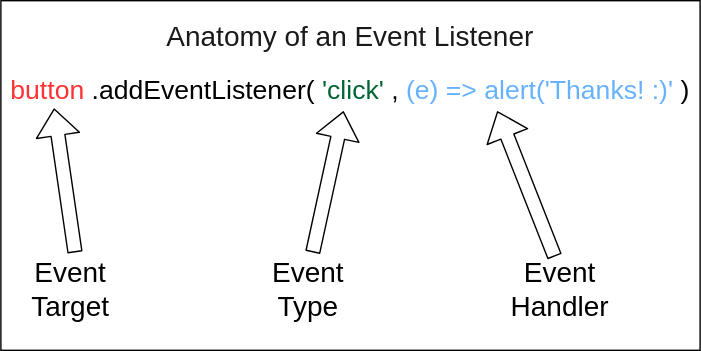
The draw.io diagram 03_DOM_Events/assets/anatomy-of-an-event-listener.drawio.svg in mayowa-aji/SENG-LIVE-112122-Phase-1-JS, before a commit. Source tidied: cells renumbered, new cells last; positions are measured from the earlier drawing's top-left corner, leaving out a move shared by most shapes. The source it was exported from:
```xml
<mxGraphModel>
  <root>
    <mxCell id="0" />
    <mxCell id="1" value="BG Box" parent="0" />
    <mxCell id="2" style="rounded=0;whiteSpace=wrap;html=1;fontSize=20;fontColor=#66B2FF;" parent="1" vertex="1">
      <mxGeometry width="500" height="250" as="geometry" />
    </mxCell>
    <mxCell id="3" value="Behind" parent="0" />
    <mxCell id="4" style="edgeStyle=none;html=1;" parent="3" edge="1">
      <mxGeometry relative="1" as="geometry">
        <mxPoint x="200" y="125" as="sourcePoint" />
      </mxGeometry>
    </mxCell>
    <mxCell id="5" value="&lt;font style=&quot;font-size: 19px&quot;&gt;&lt;font color=&quot;#ff3333&quot;&gt;button&lt;/font&gt;.addEventListener(&lt;font color=&quot;#006633&quot;&gt;'click'&lt;/font&gt;, &lt;font color=&quot;#66b2ff&quot;&gt;(e) =&amp;gt; alert('Thanks! :)'&lt;/font&gt;)&lt;/font&gt;" style="text;html=1;strokeColor=none;fillColor=none;align=center;verticalAlign=middle;whiteSpace=wrap;rounded=0;" parent="3" vertex="1">
      <mxGeometry y="30" width="500" height="70" as="geometry" />
    </mxCell>
    <mxCell id="6" style="shape=flexArrow;endArrow=classic;html=1;fontSize=20;" parent="3" edge="1">
      <mxGeometry relative="1" as="geometry">
        <mxPoint x="53" y="180" as="sourcePoint" />
        <mxPoint x="38" y="77" as="targetPoint" />
      </mxGeometry>
    </mxCell>
    <mxCell id="7" value="Event Target" style="text;html=1;strokeColor=none;fillColor=none;align=center;verticalAlign=middle;whiteSpace=wrap;rounded=0;fontSize=20;" parent="3" vertex="1">
      <mxGeometry x="20" y="191" width="60" height="30" as="geometry" />
    </mxCell>
    <mxCell id="8" value="Event Type" style="text;html=1;strokeColor=none;fillColor=none;align=center;verticalAlign=middle;whiteSpace=wrap;rounded=0;fontSize=20;" parent="3" vertex="1">
      <mxGeometry x="190" y="191" width="60" height="30" as="geometry" />
    </mxCell>
    <mxCell id="9" style="shape=flexArrow;endArrow=classic;html=1;fontSize=20;" parent="3" edge="1">
      <mxGeometry relative="1" as="geometry">
        <mxPoint x="223" y="180" as="sourcePoint" />
        <mxPoint x="245" y="79" as="targetPoint" />
      </mxGeometry>
    </mxCell>
    <mxCell id="10" style="shape=flexArrow;endArrow=classic;html=1;fontSize=20;" parent="3" edge="1">
      <mxGeometry relative="1" as="geometry">
        <mxPoint x="396" y="183" as="sourcePoint" />
        <mxPoint x="355" y="79" as="targetPoint" />
      </mxGeometry>
    </mxCell>
    <mxCell id="11" value="Event Handler" style="text;html=1;strokeColor=none;fillColor=none;align=center;verticalAlign=middle;whiteSpace=wrap;rounded=0;fontSize=20;" parent="3" vertex="1">
      <mxGeometry x="370" y="191" width="60" height="30" as="geometry" />
    </mxCell>
    <mxCell id="12" value="&lt;font color=&quot;#1a1a1a&quot;&gt;Anatomy of an Event Listener&lt;/font&gt;" style="text;html=1;strokeColor=none;fillColor=none;align=center;verticalAlign=middle;whiteSpace=wrap;rounded=0;fontSize=20;fontColor=#66B2FF;" parent="3" vertex="1">
      <mxGeometry width="500" height="50" as="geometry" />
    </mxCell>
    <mxCell id="13" value="Foreground" parent="0" />
    <mxCell id="14" style="edgeStyle=none;html=1;" parent="13" edge="1">
      <mxGeometry relative="1" as="geometry">
        <mxPoint x="40" y="125" as="sourcePoint" />
      </mxGeometry>
    </mxCell>
  </root>
</mxGraphModel>
```
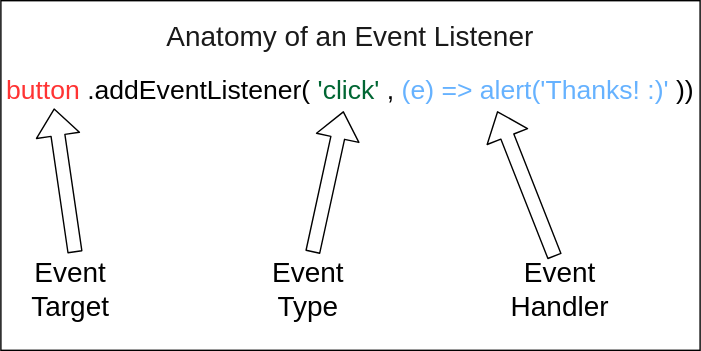
The same diagram one commit later.

What changed in the source:
```diff
@@ -11,7 +11,7 @@
         <mxPoint x="200" y="125" as="sourcePoint" />
       </mxGeometry>
     </mxCell>
-    <mxCell id="5" value="&lt;font style=&quot;font-size: 19px&quot;&gt;&lt;font color=&quot;#ff3333&quot;&gt;button&lt;/font&gt;.addEventListener(&lt;font color=&quot;#006633&quot;&gt;'click'&lt;/font&gt;, &lt;font color=&quot;#66b2ff&quot;&gt;(e) =&amp;gt; alert('Thanks! :)'&lt;/font&gt;)&lt;/font&gt;" style="text;html=1;strokeColor=none;fillColor=none;align=center;verticalAlign=middle;whiteSpace=wrap;rounded=0;" parent="3" vertex="1">
+    <mxCell id="5" value="&lt;font style=&quot;font-size: 19px&quot;&gt;&lt;font color=&quot;#ff3333&quot;&gt;button&lt;/font&gt;.addEventListener(&lt;font color=&quot;#006633&quot;&gt;'click'&lt;/font&gt;, &lt;font color=&quot;#66b2ff&quot;&gt;(e) =&amp;gt; alert('Thanks! :)'&lt;/font&gt;))&lt;/font&gt;" style="text;html=1;strokeColor=none;fillColor=none;align=center;verticalAlign=middle;whiteSpace=wrap;rounded=0;" parent="3" vertex="1">
       <mxGeometry y="30" width="500" height="70" as="geometry" />
     </mxCell>
     <mxCell id="6" style="shape=flexArrow;endArrow=classic;html=1;fontSize=20;" parent="3" edge="1">
```
